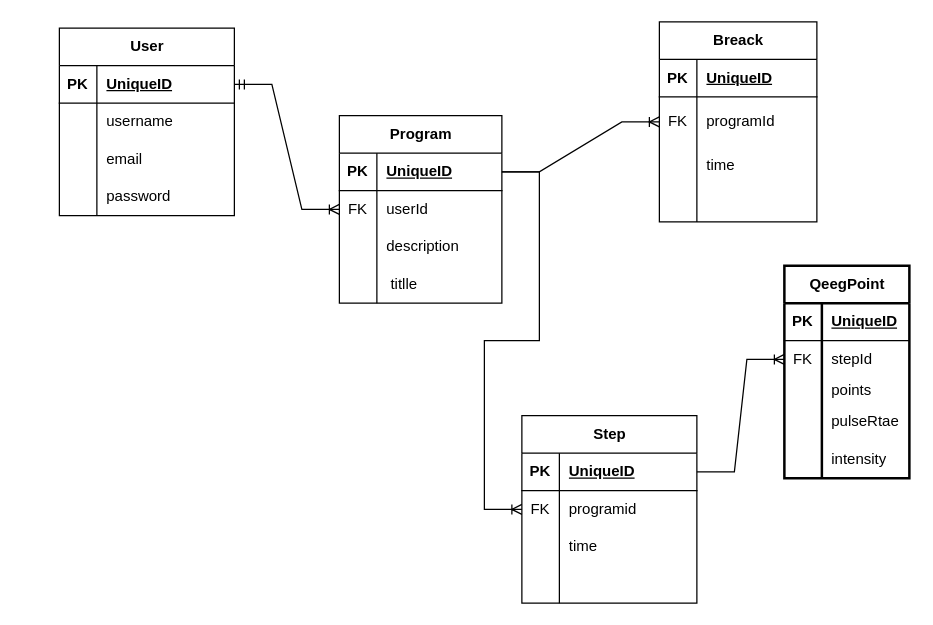
Earlier version of the draw.io diagram Diagramme sans nom.drawio (MedTech-CS425/Assignment-1). Source tidied: cells renumbered, new cells numbered last; positions are measured from the earlier drawing's top-left corner, leaving out a move shared by most shapes. Both pictures are drawn from the tidied source at 125%, with x=0, y=0 at pixel (34, 21).
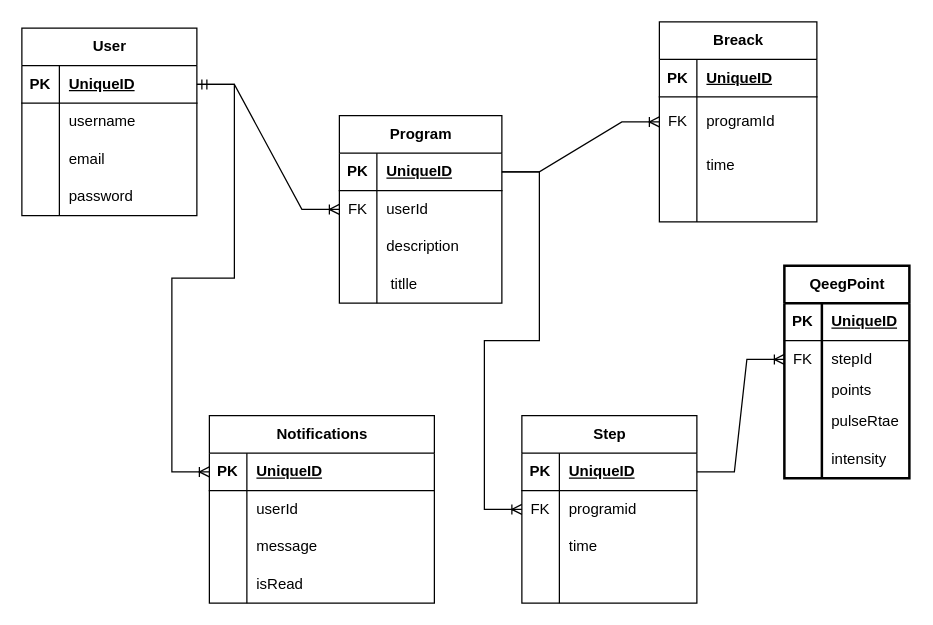
Above is the later version.

Commit message:
Mettre à jour Diagramme sans nom.drawio

The change refers to these unchanged cells:
```xml
<mxCell id="19" style="shape=tableRow;horizontal=0;startSize=0;swimlaneHead=0;swimlaneBody=0;fillColor=none;points=[[0,0.5],[1,0.5]];portConstraint=eastwest;top=0;left=0;right=0;bottom=1;" parent="18" vertex="1">
  <mxGeometry y="30" width="140" height="30" as="geometry" />
</mxCell>
```

Change to the diagram source:
```diff
@@
     <mxCell id="18" value="User" style="shape=table;startSize=30;childLayout=tableLayout;rowLines=0;fontStyle=1;align=center;html=1;" parent="1" vertex="1">
-      <mxGeometry x="20" y="5" width="140" height="150" as="geometry" />
+      <mxGeometry x="-10" y="5" width="140" height="150" as="geometry" />
     </mxCell>
@@
+    <mxCell id="76" value="Notifications" style="shape=table;startSize=30;childLayout=tableLayout;rowLines=0;fontStyle=1;align=center;html=1;" parent="1" vertex="1">
+      <mxGeometry x="140" y="315" width="180" height="150" as="geometry" />
+    </mxCell>
+    <mxCell id="77" style="shape=tableRow;horizontal=0;startSize=0;swimlaneHead=0;swimlaneBody=0;fillColor=none;points=[[0,0.5],[1,0.5]];portConstraint=eastwest;top=0;left=0;right=0;bottom=1;" parent="76" vertex="1">
+      <mxGeometry y="30" width="180" height="30" as="geometry" />
+    </mxCell>
+    <mxCell id="78" value="PK" style="shape=partialRectangle;fillColor=none;top=0;left=0;bottom=0;right=0;fontStyle=1;overflow=hidden;whiteSpace=wrap;html=1;" parent="77" vertex="1">
+      <mxGeometry width="30" height="30" as="geometry" />
+    </mxCell>
+    <mxCell id="79" value="UniqueID" style="shape=partialRectangle;fillColor=none;top=0;left=0;bottom=0;right=0;align=left;spacingLeft=6;fontStyle=5;overflow=hidden;whiteSpace=wrap;html=1;" parent="77" vertex="1">
+      <mxGeometry x="30" width="150" height="30" as="geometry" />
+    </mxCell>
+    <mxCell id="80" style="shape=tableRow;horizontal=0;startSize=0;swimlaneHead=0;swimlaneBody=0;fillColor=none;top=0;left=0;right=0;bottom=0;" parent="76" vertex="1">
+      <mxGeometry y="60" width="180" height="30" as="geometry" />
+    </mxCell>
+    <mxCell id="81" style="shape=partialRectangle;fillColor=none;top=0;left=0;bottom=0;right=0;overflow=hidden;whiteSpace=wrap;html=1;" parent="80" vertex="1">
+      <mxGeometry width="30" height="30" as="geometry" />
+    </mxCell>
+    <mxCell id="82" value="userId" style="shape=partialRectangle;fillColor=none;top=0;left=0;bottom=0;right=0;align=left;spacingLeft=6;overflow=hidden;whiteSpace=wrap;html=1;" parent="80" vertex="1">
+      <mxGeometry x="30" width="150" height="30" as="geometry" />
+    </mxCell>
+    <mxCell id="83" style="shape=tableRow;horizontal=0;startSize=0;swimlaneHead=0;swimlaneBody=0;fillColor=none;top=0;left=0;right=0;bottom=0;" parent="76" vertex="1">
+      <mxGeometry y="90" width="180" height="30" as="geometry" />
+    </mxCell>
+    <mxCell id="84" style="shape=partialRectangle;fillColor=none;top=0;left=0;bottom=0;right=0;overflow=hidden;whiteSpace=wrap;html=1;" parent="83" vertex="1">
+      <mxGeometry width="30" height="30" as="geometry" />
+    </mxCell>
+    <mxCell id="85" value="message" style="shape=partialRectangle;fillColor=none;top=0;left=0;bottom=0;right=0;align=left;spacingLeft=6;overflow=hidden;whiteSpace=wrap;html=1;" parent="83" vertex="1">
+      <mxGeometry x="30" width="150" height="30" as="geometry" />
+    </mxCell>
+    <mxCell id="86" style="shape=tableRow;horizontal=0;startSize=0;swimlaneHead=0;swimlaneBody=0;fillColor=none;top=0;left=0;right=0;bottom=0;" parent="76" vertex="1">
+      <mxGeometry y="120" width="180" height="30" as="geometry" />
+    </mxCell>
+    <mxCell id="87" style="shape=partialRectangle;fillColor=none;top=0;left=0;bottom=0;right=0;overflow=hidden;whiteSpace=wrap;html=1;" parent="86" vertex="1">
+      <mxGeometry width="30" height="30" as="geometry" />
+    </mxCell>
+    <mxCell id="88" value="isRead" style="shape=partialRectangle;fillColor=none;top=0;left=0;bottom=0;right=0;align=left;spacingLeft=6;overflow=hidden;whiteSpace=wrap;html=1;" parent="86" vertex="1">
+      <mxGeometry x="30" width="150" height="30" as="geometry" />
+    </mxCell>
+    <mxCell id="89" style="edgeStyle=entityRelationEdgeStyle;fontSize=12;html=1;endArrow=ERoneToMany;rounded=0;entryX=0;entryY=0.5;entryDx=0;entryDy=0;exitX=1;exitY=0.5;exitDx=0;exitDy=0;" parent="1" edge="1" source="19" target="77">
+      <mxGeometry relative="1" as="geometry" />
+    </mxCell>
```
